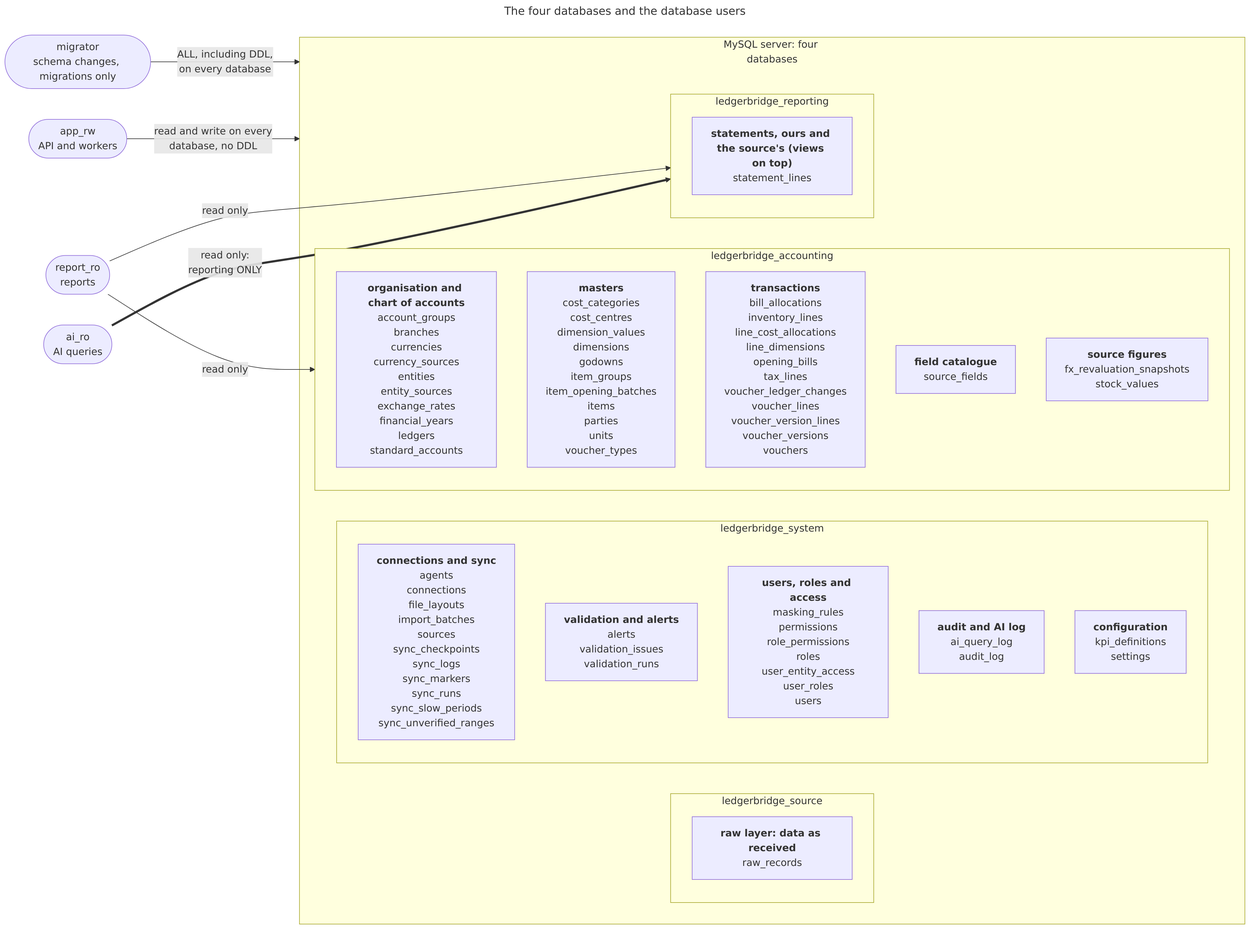
empirical-logic-2026/ledgerbridge keeps this Mermaid diagram as docs/diagrams/schema-databases.png. Above is the earlier version. Its source is kept beside it as docs/diagrams/schema-databases.mmd.
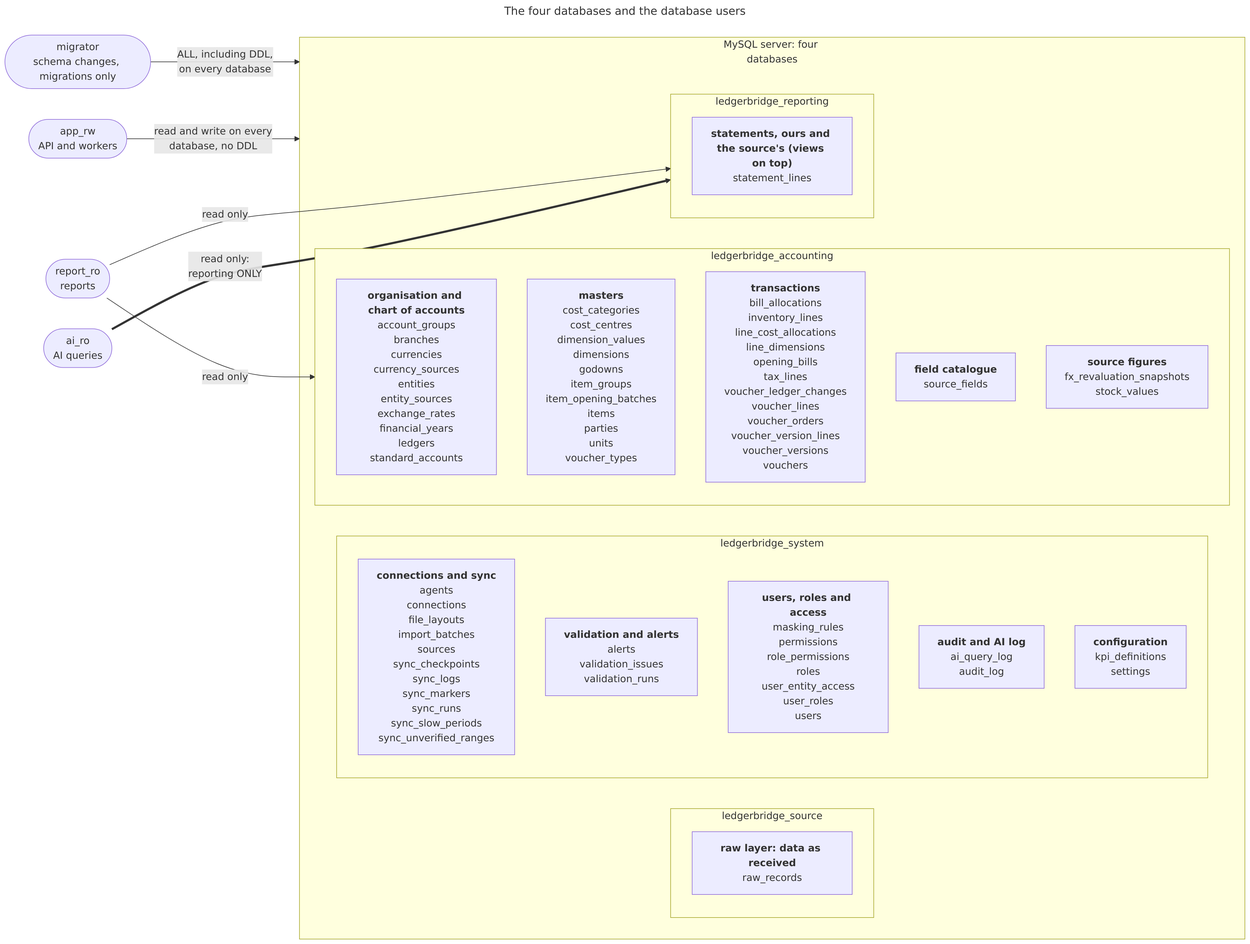
Later version of the same file.

What changed in the source:
```diff
@@ -21,7 +21,7 @@
     subgraph ledgerbridge_accounting["ledgerbridge_accounting"]
         ledgerbridge_accounting_1["<b>organisation and chart of accounts</b><br/>account_groups<br/>branches<br/>currencies<br/>currency_sources<br/>entities<br/>entity_sources<br/>exchange_rates<br/>financial_years<br/>ledgers<br/>standard_accounts"]
         ledgerbridge_accounting_2["<b>masters</b><br/>cost_categories<br/>cost_centres<br/>dimension_values<br/>dimensions<br/>godowns<br/>item_groups<br/>item_opening_batches<br/>items<br/>parties<br/>units<br/>voucher_types"]
-        ledgerbridge_accounting_3["<b>transactions</b><br/>bill_allocations<br/>inventory_lines<br/>line_cost_allocations<br/>line_dimensions<br/>opening_bills<br/>tax_lines<br/>voucher_ledger_changes<br/>voucher_lines<br/>voucher_version_lines<br/>voucher_versions<br/>vouchers"]
+        ledgerbridge_accounting_3["<b>transactions</b><br/>bill_allocations<br/>inventory_lines<br/>line_cost_allocations<br/>line_dimensions<br/>opening_bills<br/>tax_lines<br/>voucher_ledger_changes<br/>voucher_lines<br/>voucher_orders<br/>voucher_version_lines<br/>voucher_versions<br/>vouchers"]
         ledgerbridge_accounting_4["<b>field catalogue</b><br/>source_fields"]
         ledgerbridge_accounting_5["<b>source figures</b><br/>fx_revaluation_snapshots<br/>stock_values"]
     end
```
